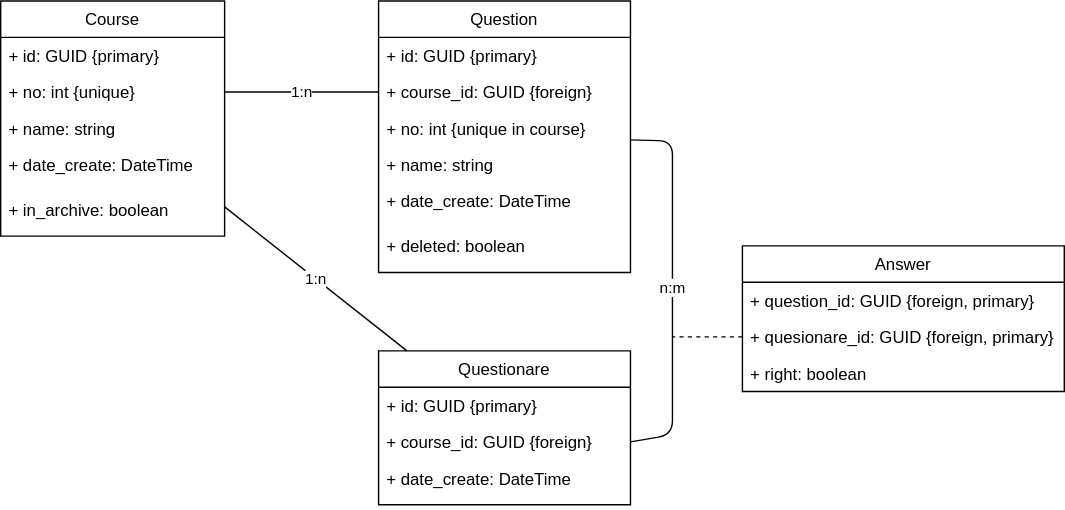
This is documentation/er.svg from RStolzlechner/stolz-learn, a draw.io export, as it was before one commit. Source tidied: cells renumbered, new cells last; positions are measured from the earlier drawing's top-left corner, leaving out a move shared by most shapes. Its diagram source:
```xml
<mxGraphModel>
  <root>
    <mxCell id="0" />
    <mxCell id="1" parent="0" />
    <mxCell id="2" value="1:n" style="edgeStyle=none;html=1;endArrow=none;endFill=0;" parent="1" edge="1" source="3" target="17">
      <mxGeometry relative="1" as="geometry" />
    </mxCell>
    <mxCell id="3" value="Course" style="swimlane;fontStyle=0;horizontal=1;startSize=26;fillColor=none;" parent="1" vertex="1">
      <mxGeometry width="160" height="168" as="geometry" />
    </mxCell>
    <mxCell id="4" value="+ id: GUID {primary}" style="text;strokeColor=none;fillColor=none;align=left;verticalAlign=top;spacingLeft=4;spacingRight=4;overflow=hidden;" parent="3" vertex="1">
      <mxGeometry y="26" width="160" height="26" as="geometry" />
    </mxCell>
    <mxCell id="5" value="+ no: int {unique}" style="text;strokeColor=none;fillColor=none;align=left;verticalAlign=top;spacingLeft=4;spacingRight=4;overflow=hidden;points=[[0,0.5],[1,0.5]];portConstraint=eastwest;" parent="3" vertex="1">
      <mxGeometry y="52" width="160" height="26" as="geometry" />
    </mxCell>
    <mxCell id="6" value="+ name: string" style="text;strokeColor=none;fillColor=none;align=left;verticalAlign=top;spacingLeft=4;spacingRight=4;overflow=hidden;" parent="3" vertex="1">
      <mxGeometry y="78" width="160" height="26" as="geometry" />
    </mxCell>
    <mxCell id="7" value="+ date_create: DateTime" style="text;strokeColor=none;fillColor=none;align=left;verticalAlign=top;spacingLeft=4;spacingRight=4;overflow=hidden;" parent="3" vertex="1">
      <mxGeometry y="104" width="160" height="32" as="geometry" />
    </mxCell>
    <mxCell id="8" value="+ in_archive: boolean" style="text;strokeColor=none;fillColor=none;align=left;verticalAlign=top;spacingLeft=4;spacingRight=4;overflow=hidden;" parent="3" vertex="1">
      <mxGeometry y="136" width="160" height="32" as="geometry" />
    </mxCell>
    <mxCell id="9" value="Question" style="swimlane;fontStyle=0;horizontal=1;startSize=26;fillColor=none;" parent="1" vertex="1">
      <mxGeometry x="270" width="180" height="194" as="geometry" />
    </mxCell>
    <mxCell id="10" value="+ id: GUID {primary}" style="text;strokeColor=none;fillColor=none;align=left;verticalAlign=top;spacingLeft=4;spacingRight=4;overflow=hidden;" parent="9" vertex="1">
      <mxGeometry y="26" width="180" height="26" as="geometry" />
    </mxCell>
    <mxCell id="11" value="+ course_id: GUID {foreign}" style="text;strokeColor=none;fillColor=none;align=left;verticalAlign=top;spacingLeft=4;spacingRight=4;overflow=hidden;points=[[0,0.5],[1,0.5]];portConstraint=eastwest;" parent="9" vertex="1">
      <mxGeometry y="52" width="180" height="26" as="geometry" />
    </mxCell>
    <mxCell id="12" value="+ no: int {unique in course}" style="text;strokeColor=none;fillColor=none;align=left;verticalAlign=top;spacingLeft=4;spacingRight=4;overflow=hidden;" parent="9" vertex="1">
      <mxGeometry y="78" width="180" height="26" as="geometry" />
    </mxCell>
    <mxCell id="13" value="+ name: string" style="text;strokeColor=none;fillColor=none;align=left;verticalAlign=top;spacingLeft=4;spacingRight=4;overflow=hidden;" parent="9" vertex="1">
      <mxGeometry y="104" width="180" height="26" as="geometry" />
    </mxCell>
    <mxCell id="14" value="+ date_create: DateTime" style="text;strokeColor=none;fillColor=none;align=left;verticalAlign=top;spacingLeft=4;spacingRight=4;overflow=hidden;" parent="9" vertex="1">
      <mxGeometry y="130" width="180" height="32" as="geometry" />
    </mxCell>
    <mxCell id="15" value="+ deleted: boolean" style="text;strokeColor=none;fillColor=none;align=left;verticalAlign=top;spacingLeft=4;spacingRight=4;overflow=hidden;" parent="9" vertex="1">
      <mxGeometry y="162" width="180" height="32" as="geometry" />
    </mxCell>
    <mxCell id="16" value="1:n" style="edgeStyle=none;html=1;exitX=1;exitY=0.5;exitDx=0;exitDy=0;endArrow=none;endFill=0;" parent="1" edge="1" source="5" target="11">
      <mxGeometry relative="1" as="geometry" />
    </mxCell>
    <mxCell id="17" value="Questionare" style="swimlane;fontStyle=0;horizontal=1;startSize=26;fillColor=none;" parent="1" vertex="1">
      <mxGeometry x="270" y="250" width="180" height="110" as="geometry" />
    </mxCell>
    <mxCell id="18" value="+ id: GUID {primary}" style="text;strokeColor=none;fillColor=none;align=left;verticalAlign=top;spacingLeft=4;spacingRight=4;overflow=hidden;" parent="17" vertex="1">
      <mxGeometry y="26" width="180" height="26" as="geometry" />
    </mxCell>
    <mxCell id="19" value="+ course_id: GUID {foreign}" style="text;strokeColor=none;fillColor=none;align=left;verticalAlign=top;spacingLeft=4;spacingRight=4;overflow=hidden;points=[[0,0.5],[1,0.5]];portConstraint=eastwest;" parent="17" vertex="1">
      <mxGeometry y="52" width="180" height="26" as="geometry" />
    </mxCell>
    <mxCell id="20" value="+ date_create: DateTime" style="text;strokeColor=none;fillColor=none;align=left;verticalAlign=top;spacingLeft=4;spacingRight=4;overflow=hidden;" parent="17" vertex="1">
      <mxGeometry y="78" width="180" height="32" as="geometry" />
    </mxCell>
    <mxCell id="21" value="Answer" style="swimlane;fontStyle=0;horizontal=1;startSize=26;fillColor=none;" parent="1" vertex="1">
      <mxGeometry x="530" y="175" width="230" height="104" as="geometry" />
    </mxCell>
    <mxCell id="22" value="+ question_id: GUID {foreign, primary}" style="text;strokeColor=none;fillColor=none;align=left;verticalAlign=top;spacingLeft=4;spacingRight=4;overflow=hidden;" parent="21" vertex="1">
      <mxGeometry y="26" width="230" height="26" as="geometry" />
    </mxCell>
    <mxCell id="23" value="+ quesionare_id: GUID {foreign, primary}" style="text;strokeColor=none;fillColor=none;align=left;verticalAlign=top;spacingLeft=4;spacingRight=4;overflow=hidden;points=[[0,0.5],[1,0.5]];portConstraint=eastwest;" parent="21" vertex="1">
      <mxGeometry y="52" width="230" height="26" as="geometry" />
    </mxCell>
    <mxCell id="24" value="+ right: boolean" style="text;strokeColor=none;fillColor=none;align=left;verticalAlign=top;spacingLeft=4;spacingRight=4;overflow=hidden;" parent="21" vertex="1">
      <mxGeometry y="78" width="230" height="26" as="geometry" />
    </mxCell>
    <mxCell id="25" value="n:m" style="edgeStyle=none;html=1;exitX=1;exitY=0.5;exitDx=0;exitDy=0;endArrow=none;endFill=0;" parent="1" edge="1" source="19" target="9">
      <mxGeometry relative="1" as="geometry">
        <Array as="points">
          <mxPoint x="480" y="310" />
          <mxPoint x="480" y="100" />
        </Array>
      </mxGeometry>
    </mxCell>
    <mxCell id="26" style="edgeStyle=none;html=1;exitX=0;exitY=0.5;exitDx=0;exitDy=0;endArrow=none;endFill=0;dashed=1;" parent="1" edge="1" source="23">
      <mxGeometry relative="1" as="geometry">
        <mxPoint x="480" y="240" as="targetPoint" />
      </mxGeometry>
    </mxCell>
  </root>
</mxGraphModel>
```
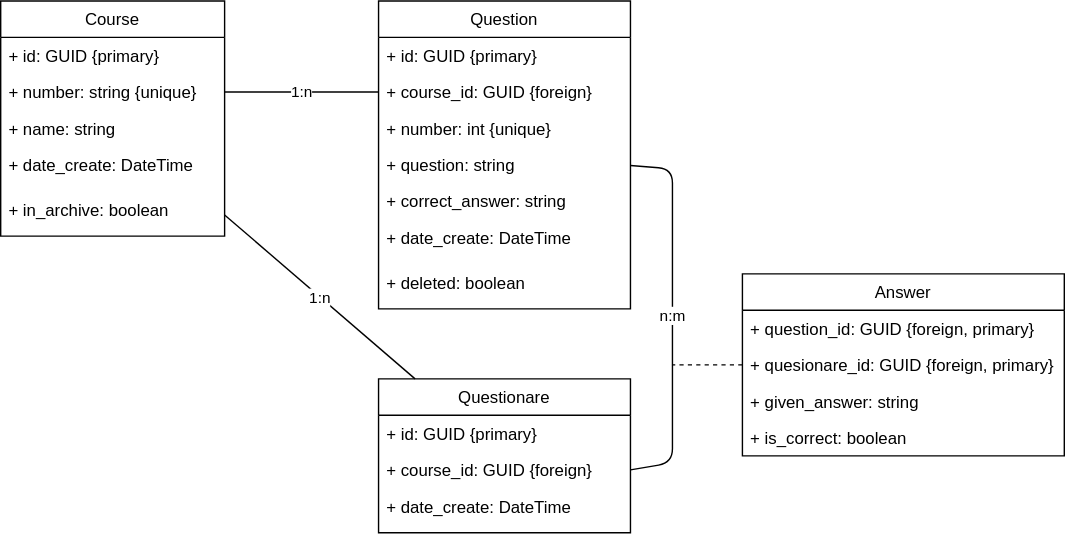
Later version of the same file.

Change to the diagram source:
```diff
@@ -6,12 +6,12 @@
       <mxGeometry relative="1" as="geometry" />
     </mxCell>
     <mxCell id="3" value="Course" style="swimlane;fontStyle=0;horizontal=1;startSize=26;fillColor=none;" parent="1" vertex="1">
-      <mxGeometry width="160" height="168" as="geometry" />
+      <mxGeometry y="-20" width="160" height="168" as="geometry" />
     </mxCell>
     <mxCell id="4" value="+ id: GUID {primary}" style="text;strokeColor=none;fillColor=none;align=left;verticalAlign=top;spacingLeft=4;spacingRight=4;overflow=hidden;" parent="3" vertex="1">
       <mxGeometry y="26" width="160" height="26" as="geometry" />
     </mxCell>
-    <mxCell id="5" value="+ no: int {unique}" style="text;strokeColor=none;fillColor=none;align=left;verticalAlign=top;spacingLeft=4;spacingRight=4;overflow=hidden;points=[[0,0.5],[1,0.5]];portConstraint=eastwest;" parent="3" vertex="1">
+    <mxCell id="5" value="+ number: string {unique}" style="text;strokeColor=none;fillColor=none;align=left;verticalAlign=top;spacingLeft=4;spacingRight=4;overflow=hidden;points=[[0,0.5],[1,0.5]];portConstraint=eastwest;" parent="3" vertex="1">
       <mxGeometry y="52" width="160" height="26" as="geometry" />
     </mxCell>
     <mxCell id="6" value="+ name: string" style="text;strokeColor=none;fillColor=none;align=left;verticalAlign=top;spacingLeft=4;spacingRight=4;overflow=hidden;" parent="3" vertex="1">
@@ -24,7 +24,7 @@
       <mxGeometry y="136" width="160" height="32" as="geometry" />
     </mxCell>
     <mxCell id="9" value="Question" style="swimlane;fontStyle=0;horizontal=1;startSize=26;fillColor=none;" parent="1" vertex="1">
-      <mxGeometry x="270" width="180" height="194" as="geometry" />
+      <mxGeometry x="270" y="-20" width="180" height="220" as="geometry" />
     </mxCell>
     <mxCell id="10" value="+ id: GUID {primary}" style="text;strokeColor=none;fillColor=none;align=left;verticalAlign=top;spacingLeft=4;spacingRight=4;overflow=hidden;" parent="9" vertex="1">
       <mxGeometry y="26" width="180" height="26" as="geometry" />
@@ -32,17 +32,20 @@
     <mxCell id="11" value="+ course_id: GUID {foreign}" style="text;strokeColor=none;fillColor=none;align=left;verticalAlign=top;spacingLeft=4;spacingRight=4;overflow=hidden;points=[[0,0.5],[1,0.5]];portConstraint=eastwest;" parent="9" vertex="1">
       <mxGeometry y="52" width="180" height="26" as="geometry" />
     </mxCell>
-    <mxCell id="12" value="+ no: int {unique in course}" style="text;strokeColor=none;fillColor=none;align=left;verticalAlign=top;spacingLeft=4;spacingRight=4;overflow=hidden;" parent="9" vertex="1">
+    <mxCell id="12" value="+ number: int {unique}" style="text;strokeColor=none;fillColor=none;align=left;verticalAlign=top;spacingLeft=4;spacingRight=4;overflow=hidden;" parent="9" vertex="1">
       <mxGeometry y="78" width="180" height="26" as="geometry" />
     </mxCell>
-    <mxCell id="13" value="+ name: string" style="text;strokeColor=none;fillColor=none;align=left;verticalAlign=top;spacingLeft=4;spacingRight=4;overflow=hidden;" parent="9" vertex="1">
+    <mxCell id="13" value="+ question: string" style="text;strokeColor=none;fillColor=none;align=left;verticalAlign=top;spacingLeft=4;spacingRight=4;overflow=hidden;" parent="9" vertex="1">
       <mxGeometry y="104" width="180" height="26" as="geometry" />
     </mxCell>
+    <mxCell id="27" value="+ correct_answer: string" style="text;strokeColor=none;fillColor=none;align=left;verticalAlign=top;spacingLeft=4;spacingRight=4;overflow=hidden;" parent="9" vertex="1">
+      <mxGeometry y="130" width="180" height="26" as="geometry" />
+    </mxCell>
     <mxCell id="14" value="+ date_create: DateTime" style="text;strokeColor=none;fillColor=none;align=left;verticalAlign=top;spacingLeft=4;spacingRight=4;overflow=hidden;" parent="9" vertex="1">
-      <mxGeometry y="130" width="180" height="32" as="geometry" />
+      <mxGeometry y="156" width="180" height="32" as="geometry" />
     </mxCell>
     <mxCell id="15" value="+ deleted: boolean" style="text;strokeColor=none;fillColor=none;align=left;verticalAlign=top;spacingLeft=4;spacingRight=4;overflow=hidden;" parent="9" vertex="1">
-      <mxGeometry y="162" width="180" height="32" as="geometry" />
+      <mxGeometry y="188" width="180" height="32" as="geometry" />
     </mxCell>
     <mxCell id="16" value="1:n" style="edgeStyle=none;html=1;exitX=1;exitY=0.5;exitDx=0;exitDy=0;endArrow=none;endFill=0;" parent="1" edge="1" source="5" target="11">
       <mxGeometry relative="1" as="geometry" />
@@ -60,7 +63,7 @@
       <mxGeometry y="78" width="180" height="32" as="geometry" />
     </mxCell>
     <mxCell id="21" value="Answer" style="swimlane;fontStyle=0;horizontal=1;startSize=26;fillColor=none;" parent="1" vertex="1">
-      <mxGeometry x="530" y="175" width="230" height="104" as="geometry" />
+      <mxGeometry x="530" y="175" width="230" height="130" as="geometry" />
     </mxCell>
     <mxCell id="22" value="+ question_id: GUID {foreign, primary}" style="text;strokeColor=none;fillColor=none;align=left;verticalAlign=top;spacingLeft=4;spacingRight=4;overflow=hidden;" parent="21" vertex="1">
       <mxGeometry y="26" width="230" height="26" as="geometry" />
@@ -68,8 +71,11 @@
     <mxCell id="23" value="+ quesionare_id: GUID {foreign, primary}" style="text;strokeColor=none;fillColor=none;align=left;verticalAlign=top;spacingLeft=4;spacingRight=4;overflow=hidden;points=[[0,0.5],[1,0.5]];portConstraint=eastwest;" parent="21" vertex="1">
       <mxGeometry y="52" width="230" height="26" as="geometry" />
     </mxCell>
+    <mxCell id="28" value="+ given_answer: string" style="text;strokeColor=none;fillColor=none;align=left;verticalAlign=top;spacingLeft=4;spacingRight=4;overflow=hidden;" parent="21" vertex="1">
+      <mxGeometry y="78" width="230" height="26" as="geometry" />
+    </mxCell>
-    <mxCell id="24" value="+ right: boolean" style="text;strokeColor=none;fillColor=none;align=left;verticalAlign=top;spacingLeft=4;spacingRight=4;overflow=hidden;" parent="21" vertex="1">
-      <mxGeometry y="78" width="230" height="26" as="geometry" />
+    <mxCell id="24" value="+ is_correct: boolean" style="text;strokeColor=none;fillColor=none;align=left;verticalAlign=top;spacingLeft=4;spacingRight=4;overflow=hidden;" parent="21" vertex="1">
+      <mxGeometry y="104" width="230" height="26" as="geometry" />
     </mxCell>
     <mxCell id="25" value="n:m" style="edgeStyle=none;html=1;exitX=1;exitY=0.5;exitDx=0;exitDy=0;endArrow=none;endFill=0;" parent="1" edge="1" source="19" target="9">
       <mxGeometry relative="1" as="geometry">
```
